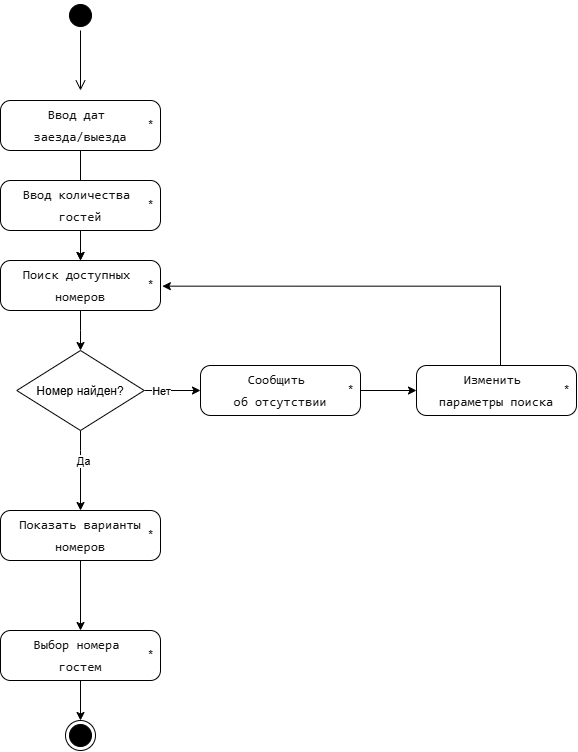
Elizaveta-Borovik/visual-programming-labs-Borovik keeps this draw.io diagram as lab1/diagrams/activity-uml.png. Above is the earlier version. Source tidied: cells renumbered, new cells last; positions are measured from the earlier drawing's top-left corner, leaving out a move shared by most shapes. Source of this version:
```xml
<mxGraphModel>
  <root>
    <mxCell id="0" />
    <mxCell id="1" parent="0" />
    <mxCell id="2" style="ellipse;html=1;shape=startState;fillColor=#000000;strokeColor=light-dark(#000000, #ff9090);" parent="1" vertex="1">
      <mxGeometry x="65" width="30" height="30" as="geometry" />
    </mxCell>
    <mxCell id="3" style="edgeStyle=orthogonalEdgeStyle;html=1;verticalAlign=bottom;endArrow=open;endSize=8;strokeColor=#030000;rounded=0;" parent="1" edge="1" source="2">
      <mxGeometry relative="1" as="geometry">
        <mxPoint x="80" y="90" as="targetPoint" />
      </mxGeometry>
    </mxCell>
    <mxCell id="4" style="edgeStyle=orthogonalEdgeStyle;rounded=0;jettySize=auto;html=1;entryX=0.5;entryY=0;entryDx=0;entryDy=0;" parent="1" edge="1" source="8" target="19">
      <mxGeometry relative="1" as="geometry">
        <Array as="points">
          <mxPoint x="80" y="450" />
          <mxPoint x="80" y="450" />
        </Array>
      </mxGeometry>
    </mxCell>
    <mxCell id="5" value="Да" style="edgeLabel;html=1;align=center;verticalAlign=middle;" parent="4" vertex="1">
      <mxGeometry x="-0.26" y="2" relative="1" as="geometry" />
    </mxCell>
    <mxCell id="6" style="edgeStyle=orthogonalEdgeStyle;rounded=0;jettySize=auto;html=1;entryX=0;entryY=0.5;entryDx=0;entryDy=0;" parent="1" edge="1" source="8" target="22">
      <mxGeometry relative="1" as="geometry" />
    </mxCell>
    <mxCell id="7" value="Нет" style="edgeLabel;html=1;align=center;verticalAlign=middle;" parent="6" vertex="1">
      <mxGeometry x="-0.39" relative="1" as="geometry" />
    </mxCell>
    <mxCell id="8" value="Номер найден?" style="rhombus;" parent="1" vertex="1">
      <mxGeometry x="16.2" y="350" width="127.5" height="80" as="geometry" />
    </mxCell>
    <mxCell id="9" style="edgeStyle=orthogonalEdgeStyle;rounded=0;jettySize=auto;html=1;" parent="1" edge="1" source="10" target="16">
      <mxGeometry relative="1" as="geometry" />
    </mxCell>
    <mxCell id="10" value="&lt;pre style=&quot;font-style: normal; font-variant: normal; font-size-adjust: none; font-language-override: normal; font-kerning: auto; font-optical-sizing: auto; font-feature-settings: normal; font-variation-settings: normal; font-stretch: normal; font-size: 13px; line-height: 22px; font-family: Menlo, Monaco, Consolas, &amp;quot;Cascadia Mono&amp;quot;, &amp;quot;Ubuntu Mono&amp;quot;, &amp;quot;DejaVu Sans Mono&amp;quot;, &amp;quot;Liberation Mono&amp;quot;, &amp;quot;JetBrains Mono&amp;quot;, &amp;quot;Fira Code&amp;quot;, Cousine, &amp;quot;Roboto Mono&amp;quot;, &amp;quot;Courier New&amp;quot;, Courier, sans-serif, system-ui; overflow: auto; white-space: pre-wrap; word-break: break-all; padding: 16px; color: rgb(15, 17, 21); margin: 0px !important;&quot;&gt;Ввод дат &lt;br&gt;заезда/выезда&lt;/pre&gt;" style="html=1;dashed=0;rounded=1;absoluteArcSize=1;arcSize=20;verticalAlign=middle;align=center;whiteSpace=wrap;" parent="1" vertex="1">
      <mxGeometry y="100" width="160" height="50" as="geometry" />
    </mxCell>
    <mxCell id="11" value="*" style="text;verticalAlign=middle;align=center;html=1;" parent="10" vertex="1">
      <mxGeometry x="1" y="0.5" width="20" height="20" relative="1" as="geometry">
        <mxPoint x="-20" y="-10" as="offset" />
      </mxGeometry>
    </mxCell>
    <mxCell id="12" style="edgeStyle=orthogonalEdgeStyle;rounded=0;jettySize=auto;html=1;" parent="1" edge="1" source="13" target="16">
      <mxGeometry relative="1" as="geometry" />
    </mxCell>
    <mxCell id="13" value="&lt;pre style=&quot;font-style: normal; font-variant: normal; font-size-adjust: none; font-language-override: normal; font-kerning: auto; font-optical-sizing: auto; font-feature-settings: normal; font-variation-settings: normal; font-stretch: normal; font-size: 13px; line-height: 22px; font-family: Menlo, Monaco, Consolas, &amp;quot;Cascadia Mono&amp;quot;, &amp;quot;Ubuntu Mono&amp;quot;, &amp;quot;DejaVu Sans Mono&amp;quot;, &amp;quot;Liberation Mono&amp;quot;, &amp;quot;JetBrains Mono&amp;quot;, &amp;quot;Fira Code&amp;quot;, Cousine, &amp;quot;Roboto Mono&amp;quot;, &amp;quot;Courier New&amp;quot;, Courier, sans-serif, system-ui; overflow: auto; white-space: pre-wrap; word-break: break-all; padding: 16px; color: rgb(15, 17, 21); margin: 0px !important;&quot;&gt;Ввод количества &lt;br&gt;гостей&lt;/pre&gt;" style="html=1;dashed=0;rounded=1;absoluteArcSize=1;arcSize=20;verticalAlign=middle;align=center;whiteSpace=wrap;" parent="1" vertex="1">
      <mxGeometry y="180" width="160" height="50" as="geometry" />
    </mxCell>
    <mxCell id="14" value="*" style="text;verticalAlign=middle;align=center;html=1;" parent="13" vertex="1">
      <mxGeometry x="1" y="0.5" width="20" height="20" relative="1" as="geometry">
        <mxPoint x="-20" y="-10" as="offset" />
      </mxGeometry>
    </mxCell>
    <mxCell id="15" style="edgeStyle=orthogonalEdgeStyle;rounded=0;jettySize=auto;html=1;" parent="1" edge="1" source="16" target="8">
      <mxGeometry relative="1" as="geometry" />
    </mxCell>
    <mxCell id="16" value="&lt;pre style=&quot;font-style: normal; font-variant: normal; font-size-adjust: none; font-language-override: normal; font-kerning: auto; font-optical-sizing: auto; font-feature-settings: normal; font-variation-settings: normal; font-stretch: normal; font-size: 13px; line-height: 22px; font-family: Menlo, Monaco, Consolas, &amp;quot;Cascadia Mono&amp;quot;, &amp;quot;Ubuntu Mono&amp;quot;, &amp;quot;DejaVu Sans Mono&amp;quot;, &amp;quot;Liberation Mono&amp;quot;, &amp;quot;JetBrains Mono&amp;quot;, &amp;quot;Fira Code&amp;quot;, Cousine, &amp;quot;Roboto Mono&amp;quot;, &amp;quot;Courier New&amp;quot;, Courier, sans-serif, system-ui; overflow: auto; white-space: pre-wrap; word-break: break-all; padding: 16px; color: rgb(15, 17, 21); margin: 0px !important;&quot;&gt;Поиск доступных &lt;br&gt;номеров&lt;/pre&gt;" style="html=1;dashed=0;rounded=1;absoluteArcSize=1;arcSize=20;verticalAlign=middle;align=center;whiteSpace=wrap;" parent="1" vertex="1">
      <mxGeometry y="260" width="160" height="50" as="geometry" />
    </mxCell>
    <mxCell id="17" value="*" style="text;points=[];verticalAlign=middle;align=center;html=1;" parent="16" vertex="1">
      <mxGeometry x="1" y="0.5" width="20" height="20" relative="1" as="geometry">
        <mxPoint x="-20" y="-10" as="offset" />
      </mxGeometry>
    </mxCell>
    <mxCell id="18" style="edgeStyle=orthogonalEdgeStyle;rounded=0;jettySize=auto;html=1;" parent="1" edge="1" source="19" target="29">
      <mxGeometry relative="1" as="geometry" />
    </mxCell>
    <mxCell id="19" value="&lt;pre style=&quot;font-style: normal; font-variant: normal; font-size-adjust: none; font-language-override: normal; font-kerning: auto; font-optical-sizing: auto; font-feature-settings: normal; font-variation-settings: normal; font-stretch: normal; font-size: 13px; line-height: 22px; font-family: Menlo, Monaco, Consolas, &amp;quot;Cascadia Mono&amp;quot;, &amp;quot;Ubuntu Mono&amp;quot;, &amp;quot;DejaVu Sans Mono&amp;quot;, &amp;quot;Liberation Mono&amp;quot;, &amp;quot;JetBrains Mono&amp;quot;, &amp;quot;Fira Code&amp;quot;, Cousine, &amp;quot;Roboto Mono&amp;quot;, &amp;quot;Courier New&amp;quot;, Courier, sans-serif, system-ui; overflow: auto; white-space: pre-wrap; word-break: break-all; padding: 16px; color: rgb(15, 17, 21); margin: 0px !important;&quot;&gt;Показать варианты номеров&lt;/pre&gt;" style="html=1;dashed=0;rounded=1;absoluteArcSize=1;arcSize=20;verticalAlign=middle;align=center;whiteSpace=wrap;" parent="1" vertex="1">
      <mxGeometry y="510" width="160" height="50" as="geometry" />
    </mxCell>
    <mxCell id="20" value="*" style="text;verticalAlign=middle;align=center;html=1;" parent="19" vertex="1">
      <mxGeometry x="1" y="0.5" width="20" height="20" relative="1" as="geometry">
        <mxPoint x="-20" y="-10" as="offset" />
      </mxGeometry>
    </mxCell>
    <mxCell id="21" style="edgeStyle=orthogonalEdgeStyle;rounded=0;jettySize=auto;html=1;entryX=0;entryY=0.5;entryDx=0;entryDy=0;" parent="1" edge="1" source="22" target="26">
      <mxGeometry relative="1" as="geometry" />
    </mxCell>
    <mxCell id="22" value="&lt;pre style=&quot;font-style: normal; font-variant: normal; font-size-adjust: none; font-language-override: normal; font-kerning: auto; font-optical-sizing: auto; font-feature-settings: normal; font-variation-settings: normal; font-stretch: normal; font-size: 13px; line-height: 22px; font-family: Menlo, Monaco, Consolas, &amp;quot;Cascadia Mono&amp;quot;, &amp;quot;Ubuntu Mono&amp;quot;, &amp;quot;DejaVu Sans Mono&amp;quot;, &amp;quot;Liberation Mono&amp;quot;, &amp;quot;JetBrains Mono&amp;quot;, &amp;quot;Fira Code&amp;quot;, Cousine, &amp;quot;Roboto Mono&amp;quot;, &amp;quot;Courier New&amp;quot;, Courier, sans-serif, system-ui; overflow: auto; white-space: pre-wrap; word-break: break-all; padding: 16px; color: rgb(15, 17, 21); margin: 0px !important;&quot;&gt;Сообщить &lt;br&gt;об отсутствии&lt;/pre&gt;" style="html=1;dashed=0;rounded=1;absoluteArcSize=1;arcSize=20;verticalAlign=middle;align=center;whiteSpace=wrap;" parent="1" vertex="1">
      <mxGeometry x="200" y="365" width="160" height="50" as="geometry" />
    </mxCell>
    <mxCell id="23" value="*" style="text;verticalAlign=middle;align=center;html=1;" parent="22" vertex="1">
      <mxGeometry x="1" y="0.5" width="20" height="20" relative="1" as="geometry">
        <mxPoint x="-20" y="-10" as="offset" />
      </mxGeometry>
    </mxCell>
    <mxCell id="24" style="ellipse;html=1;shape=endState;fillColor=strokeColor;" parent="1" vertex="1">
      <mxGeometry x="65" y="720" width="30" height="30" as="geometry" />
    </mxCell>
    <mxCell id="25" style="edgeStyle=orthogonalEdgeStyle;rounded=0;jettySize=auto;html=1;entryX=1.093;entryY=0.533;entryDx=0;entryDy=0;entryPerimeter=0;" parent="1" edge="1" source="26" target="17">
      <mxGeometry relative="1" as="geometry">
        <Array as="points">
          <mxPoint x="500" y="285.7" />
        </Array>
      </mxGeometry>
    </mxCell>
    <mxCell id="26" value="&lt;pre style=&quot;font-style: normal; font-variant: normal; font-size-adjust: none; font-language-override: normal; font-kerning: auto; font-optical-sizing: auto; font-feature-settings: normal; font-variation-settings: normal; font-stretch: normal; font-size: 13px; line-height: 22px; font-family: Menlo, Monaco, Consolas, &amp;quot;Cascadia Mono&amp;quot;, &amp;quot;Ubuntu Mono&amp;quot;, &amp;quot;DejaVu Sans Mono&amp;quot;, &amp;quot;Liberation Mono&amp;quot;, &amp;quot;JetBrains Mono&amp;quot;, &amp;quot;Fira Code&amp;quot;, Cousine, &amp;quot;Roboto Mono&amp;quot;, &amp;quot;Courier New&amp;quot;, Courier, sans-serif, system-ui; overflow: auto; white-space: pre-wrap; word-break: break-all; padding: 16px; color: rgb(15, 17, 21); margin: 0px !important;&quot;&gt;Изменить &lt;br&gt;параметры поиска&lt;/pre&gt;" style="html=1;dashed=0;rounded=1;absoluteArcSize=1;arcSize=20;verticalAlign=middle;align=center;whiteSpace=wrap;" parent="1" vertex="1">
      <mxGeometry x="416" y="365" width="160" height="50" as="geometry" />
    </mxCell>
    <mxCell id="27" value="*" style="text;verticalAlign=middle;align=center;html=1;" parent="26" vertex="1">
      <mxGeometry x="1" y="0.5" width="20" height="20" relative="1" as="geometry">
        <mxPoint x="-20" y="-10" as="offset" />
      </mxGeometry>
    </mxCell>
    <mxCell id="28" style="edgeStyle=orthogonalEdgeStyle;rounded=0;jettySize=auto;html=1;" parent="1" edge="1" source="29" target="24">
      <mxGeometry relative="1" as="geometry" />
    </mxCell>
    <mxCell id="29" value="&lt;pre style=&quot;font-style: normal; font-variant: normal; font-size-adjust: none; font-language-override: normal; font-kerning: auto; font-optical-sizing: auto; font-feature-settings: normal; font-variation-settings: normal; font-stretch: normal; font-size: 13px; line-height: 22px; font-family: Menlo, Monaco, Consolas, &amp;quot;Cascadia Mono&amp;quot;, &amp;quot;Ubuntu Mono&amp;quot;, &amp;quot;DejaVu Sans Mono&amp;quot;, &amp;quot;Liberation Mono&amp;quot;, &amp;quot;JetBrains Mono&amp;quot;, &amp;quot;Fira Code&amp;quot;, Cousine, &amp;quot;Roboto Mono&amp;quot;, &amp;quot;Courier New&amp;quot;, Courier, sans-serif, system-ui; overflow: auto; white-space: pre-wrap; word-break: break-all; padding: 16px; color: rgb(15, 17, 21); margin: 0px !important;&quot;&gt;Выбор номера &lt;br&gt;гостем&lt;/pre&gt;" style="html=1;dashed=0;rounded=1;absoluteArcSize=1;arcSize=20;verticalAlign=middle;align=center;whiteSpace=wrap;" parent="1" vertex="1">
      <mxGeometry y="630" width="160" height="50" as="geometry" />
    </mxCell>
    <mxCell id="30" value="*" style="text;verticalAlign=middle;align=center;html=1;" parent="29" vertex="1">
      <mxGeometry x="1" y="0.5" width="20" height="20" relative="1" as="geometry">
        <mxPoint x="-20" y="-10" as="offset" />
      </mxGeometry>
    </mxCell>
  </root>
</mxGraphModel>
```
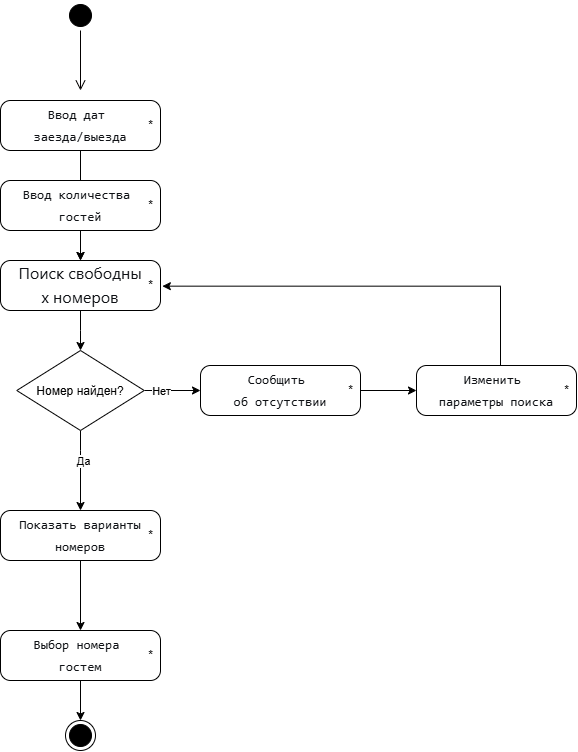
Later version of the same file.

Commit message:
Update UML Activity: add minor change

The edit, as a diff of the source:
```diff
@@ -55,7 +55,7 @@
     <mxCell id="15" style="edgeStyle=orthogonalEdgeStyle;rounded=0;jettySize=auto;html=1;" parent="1" edge="1" source="16" target="8">
       <mxGeometry relative="1" as="geometry" />
     </mxCell>
-    <mxCell id="16" value="&lt;pre style=&quot;font-style: normal; font-variant: normal; font-size-adjust: none; font-language-override: normal; font-kerning: auto; font-optical-sizing: auto; font-feature-settings: normal; font-variation-settings: normal; font-stretch: normal; font-size: 13px; line-height: 22px; font-family: Menlo, Monaco, Consolas, &amp;quot;Cascadia Mono&amp;quot;, &amp;quot;Ubuntu Mono&amp;quot;, &amp;quot;DejaVu Sans Mono&amp;quot;, &amp;quot;Liberation Mono&amp;quot;, &amp;quot;JetBrains Mono&amp;quot;, &amp;quot;Fira Code&amp;quot;, Cousine, &amp;quot;Roboto Mono&amp;quot;, &amp;quot;Courier New&amp;quot;, Courier, sans-serif, system-ui; overflow: auto; white-space: pre-wrap; word-break: break-all; padding: 16px; color: rgb(15, 17, 21); margin: 0px !important;&quot;&gt;Поиск доступных &lt;br&gt;номеров&lt;/pre&gt;" style="html=1;dashed=0;rounded=1;absoluteArcSize=1;arcSize=20;verticalAlign=middle;align=center;whiteSpace=wrap;" parent="1" vertex="1">
+    <mxCell id="16" value="&lt;pre style=&quot;font-style: normal; font-variant: normal; font-size-adjust: none; font-language-override: normal; font-kerning: auto; font-optical-sizing: auto; font-feature-settings: normal; font-variation-settings: normal; font-stretch: normal; font-size: 13px; line-height: 22px; font-family: Menlo, Monaco, Consolas, &amp;quot;Cascadia Mono&amp;quot;, &amp;quot;Ubuntu Mono&amp;quot;, &amp;quot;DejaVu Sans Mono&amp;quot;, &amp;quot;Liberation Mono&amp;quot;, &amp;quot;JetBrains Mono&amp;quot;, &amp;quot;Fira Code&amp;quot;, Cousine, &amp;quot;Roboto Mono&amp;quot;, &amp;quot;Courier New&amp;quot;, Courier, sans-serif, system-ui; overflow: auto; white-space: pre-wrap; word-break: break-all; padding: 16px; color: rgb(15, 17, 21); margin: 0px !important;&quot;&gt;&lt;span style=&quot;font-family: quote-cjk-patch, Inter, system-ui, -apple-system, BlinkMacSystemFont, &amp;quot;Segoe UI&amp;quot;, Roboto, Oxygen, Ubuntu, Cantarell, &amp;quot;Open Sans&amp;quot;, &amp;quot;Helvetica Neue&amp;quot;, sans-serif; font-size: 16px; text-align: start; white-space: normal; background-color: rgb(255, 255, 255);&quot;&gt;Поиск свободных номеров&lt;/span&gt;&lt;/pre&gt;" style="html=1;dashed=0;rounded=1;absoluteArcSize=1;arcSize=20;verticalAlign=middle;align=center;whiteSpace=wrap;" parent="1" vertex="1">
       <mxGeometry y="260" width="160" height="50" as="geometry" />
     </mxCell>
     <mxCell id="17" value="*" style="text;points=[];verticalAlign=middle;align=center;html=1;" parent="16" vertex="1">
```
